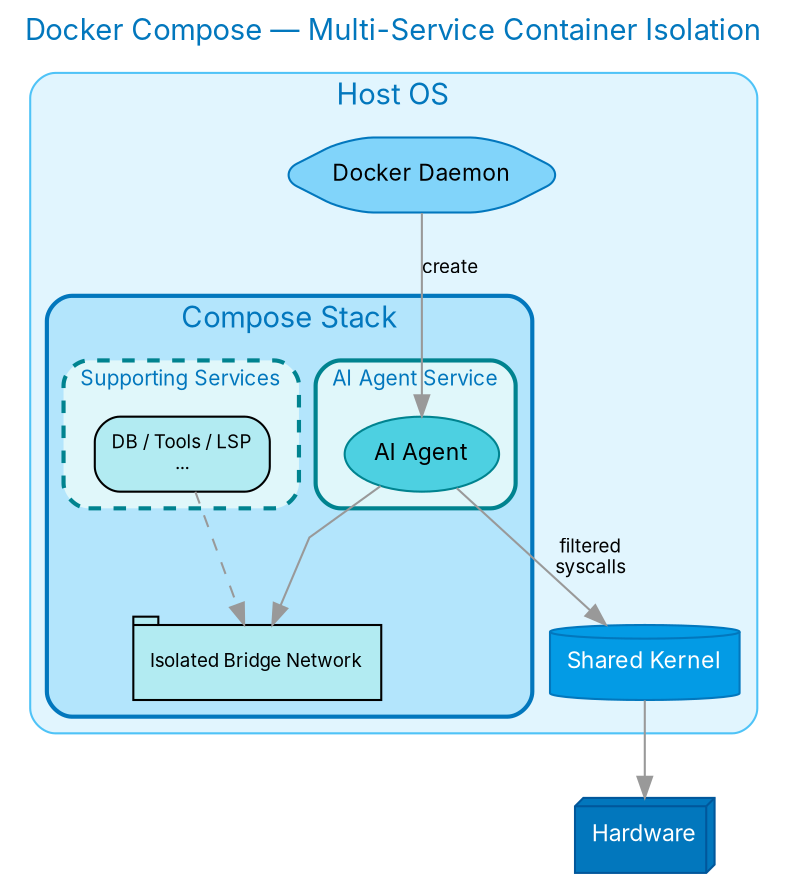
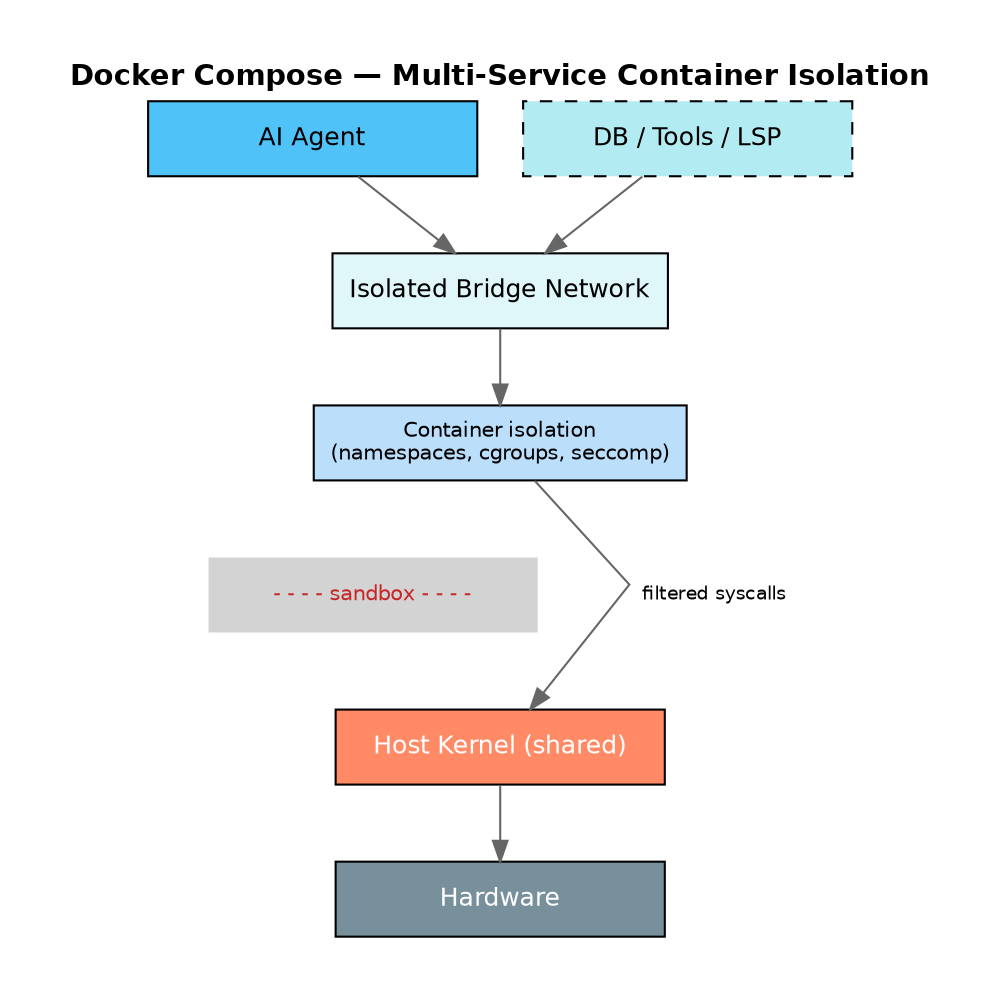
- digraph SandboxCompose {
+ digraph Compose {
  rankdir=TB;
-   splines=polyline;
-   nodesep=0.5;
-   ranksep=0.6;
+   splines=false;
+   nodesep=0.3;
+   ranksep=0.5;
  bgcolor="white";
+   margin=0.3;

-   node [shape=box, style="rounded,filled", fontname="Inter,Helvetica,Arial", fontsize=11];
-   edge [fontname="Inter,Helvetica,Arial", fontsize=9, color="#999999"];
+   node [shape=box, style="filled", fontname="Helvetica", fontsize=12, width=2.2, height=0.5];
+   edge [fontname="Helvetica", fontsize=9, color="#666666"];

  label="Docker Compose — Multi-Service Container Isolation";
  labelloc=t;
  fontsize=14;
-   fontname="Inter,Helvetica,Arial";
-   fontcolor="#0277bd";
+   fontname="Helvetica-Bold";

-   subgraph cluster_host {
-     label="Host OS";
-     style="rounded,filled";
-     fillcolor="#e1f5fe";
-     color="#4fc3f7";
- 
-     dockerd [label="Docker Daemon", fillcolor="#81d4fa", color="#0277bd", shape=hexagon];
- 
-     subgraph cluster_compose {
-       label="Compose Stack";
-       style="rounded,bold,filled";
-       fillcolor="#b3e5fc";
-       color="#0277bd";
-       penwidth=2;
- 
-       subgraph cluster_svc1 {
-         label="AI Agent Service";
-         style="rounded,filled";
-         fillcolor="#e0f7fa";
-         color="#00838f";
-         fontsize=10;
- 
-         agent [label="AI Agent", fillcolor="#4dd0e1", color="#00838f", shape=ellipse];
-       }
- 
-       subgraph cluster_svc2 {
-         label="Supporting Services";
-         style="rounded,dashed,filled";
-         fillcolor="#e0f7fa";
-         color="#00838f";
-         fontsize=10;
- 
-         tools [label="DB / Tools / LSP\n...", fillcolor="#b2ebf2", fontsize=9];
-       }
- 
-       net [label="Isolated Bridge Network", fillcolor="#b2ebf2", fontsize=9, shape=tab];
-     }
- 
-     kernel [label="Shared Kernel", fillcolor="#039be5", color="#0277bd", shape=cylinder, fontcolor=white];
+   subgraph {
+     rank=same;
+     agent [label="AI Agent", fillcolor="#4FC3F7"];
+     services [label="DB / Tools / LSP", fillcolor="#B2EBF2", style="filled,dashed"];
  }

-   hw [label="Hardware", fillcolor="#0277bd", fontcolor=white, color="#01579b", shape=box3d];
+   network [label="Isolated Bridge Network", fillcolor="#E0F7FA"];
+   container [label="Container isolation\n(namespaces, cgroups, seccomp)", fillcolor="#BBDEFB", fontsize=10];

-   dockerd -> agent [label="create"];
-   agent -> net;
-   tools -> net [style=dashed];
-   agent -> kernel [label="filtered\nsyscalls"];
+   sb_label [label="- - - - sandbox - - - -", shape=plaintext, fontsize=10, fontcolor="#C62828"];
+ 
+   kernel [label="Host Kernel (shared)", fillcolor="#FF8A65", fontcolor=white];
+   hw [label="Hardware", fillcolor="#78909C", fontcolor=white];
+ 
+   agent -> network;
+   services -> network;
+   network -> container;
+   container -> sb_label [style=invis];
+   sb_label -> kernel [style=invis];
+   container -> kernel [label="  filtered syscalls"];
  kernel -> hw;
}
